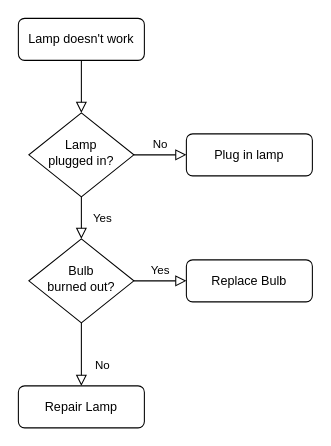
This is Untitled Diagram.drawio from Q1173419450/algo, a draw.io file, before an edit. Source tidied: cells renumbered, new cells numbered last; positions are measured from the earlier drawing's top-left corner, leaving out a move shared by most shapes. Both pictures are drawn from the tidied source at 105%, with x=0, y=0 at pixel (18, 18).
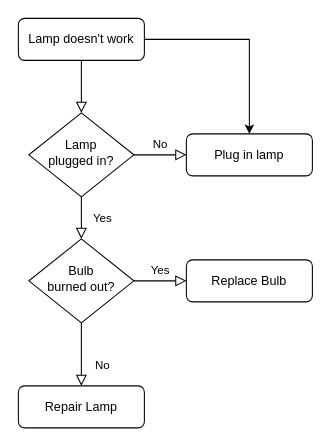
After the change.

What changed in the source:
```diff
@@
 <mxGraphModel>
   <root>
     <mxCell id="0" />
     <mxCell id="1" parent="0" />
     <mxCell id="2" style="rounded=0;html=1;jettySize=auto;fontSize=11;endArrow=block;endFill=0;endSize=8;strokeWidth=1;shadow=0;labelBackgroundColor=none;edgeStyle=orthogonalEdgeStyle;" parent="1" edge="1" source="3" target="6">
       <mxGeometry relative="1" as="geometry" />
     </mxCell>
+    <mxCell id="13" style="edgeStyle=orthogonalEdgeStyle;rounded=0;jettySize=auto;html=1;exitX=1;exitY=0.5;exitDx=0;exitDy=0;entryX=0.5;entryY=0;entryDx=0;entryDy=0;" parent="1" edge="1" source="3" target="7">
+      <mxGeometry relative="1" as="geometry" />
+    </mxCell>
     <mxCell id="3" value="Lamp doesn't work" style="rounded=1;whiteSpace=wrap;html=1;fontSize=12;glass=0;strokeWidth=1;shadow=0;" parent="1" vertex="1">
       <mxGeometry width="120" height="40" as="geometry" />
     </mxCell>
     <mxCell id="4" value="Yes" style="rounded=0;html=1;jettySize=auto;fontSize=11;endArrow=block;endFill=0;endSize=8;strokeWidth=1;shadow=0;labelBackgroundColor=none;edgeStyle=orthogonalEdgeStyle;" parent="1" edge="1" source="6" target="10">
       <mxGeometry y="20" relative="1" as="geometry" />
     </mxCell>
     <mxCell id="5" value="No" style="edgeStyle=orthogonalEdgeStyle;rounded=0;html=1;jettySize=auto;fontSize=11;endArrow=block;endFill=0;endSize=8;strokeWidth=1;shadow=0;labelBackgroundColor=none;" parent="1" edge="1" source="6" target="7">
       <mxGeometry y="10" relative="1" as="geometry" />
     </mxCell>
     <mxCell id="6" value="Lamp&lt;br&gt;plugged in?" style="rhombus;whiteSpace=wrap;html=1;shadow=0;fontFamily=Helvetica;fontSize=12;align=center;strokeWidth=1;spacing=6;spacingTop=-4;" parent="1" vertex="1">
       <mxGeometry x="10" y="90" width="100" height="80" as="geometry" />
     </mxCell>
     <mxCell id="7" value="Plug in lamp" style="rounded=1;whiteSpace=wrap;html=1;fontSize=12;glass=0;strokeWidth=1;shadow=0;" parent="1" vertex="1">
       <mxGeometry x="160" y="110" width="120" height="40" as="geometry" />
     </mxCell>
     <mxCell id="8" value="No" style="rounded=0;html=1;jettySize=auto;fontSize=11;endArrow=block;endFill=0;endSize=8;strokeWidth=1;shadow=0;labelBackgroundColor=none;edgeStyle=orthogonalEdgeStyle;" parent="1" edge="1" source="10" target="11">
       <mxGeometry x="0.33" y="20" relative="1" as="geometry" />
     </mxCell>
     <mxCell id="9" value="Yes" style="edgeStyle=orthogonalEdgeStyle;rounded=0;html=1;jettySize=auto;fontSize=11;endArrow=block;endFill=0;endSize=8;strokeWidth=1;shadow=0;labelBackgroundColor=none;" parent="1" edge="1" source="10" target="12">
       <mxGeometry y="10" relative="1" as="geometry" />
     </mxCell>
     <mxCell id="10" value="Bulb&lt;br&gt;burned out?" style="rhombus;whiteSpace=wrap;html=1;shadow=0;fontFamily=Helvetica;fontSize=12;align=center;strokeWidth=1;spacing=6;spacingTop=-4;" parent="1" vertex="1">
       <mxGeometry x="10" y="210" width="100" height="80" as="geometry" />
     </mxCell>
     <mxCell id="11" value="Repair Lamp" style="rounded=1;whiteSpace=wrap;html=1;fontSize=12;glass=0;strokeWidth=1;shadow=0;" parent="1" vertex="1">
       <mxGeometry y="350" width="120" height="40" as="geometry" />
     </mxCell>
     <mxCell id="12" value="Replace Bulb" style="rounded=1;whiteSpace=wrap;html=1;fontSize=12;glass=0;strokeWidth=1;shadow=0;" parent="1" vertex="1">
       <mxGeometry x="160" y="230" width="120" height="40" as="geometry" />
     </mxCell>
   </root>
 </mxGraphModel>
```
